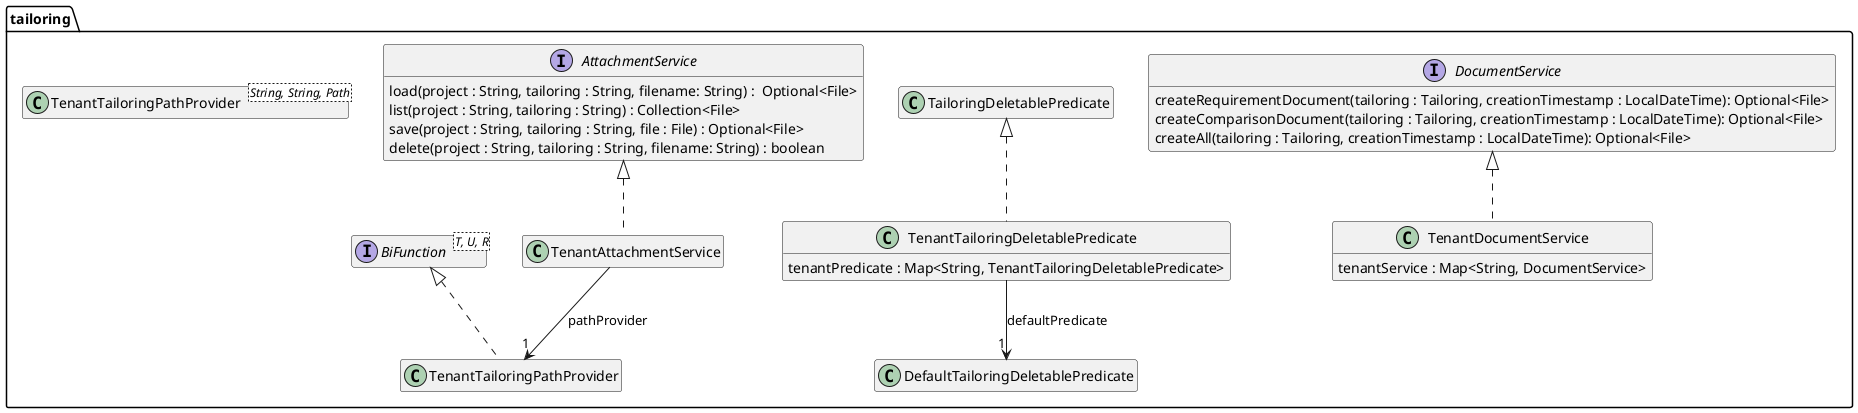
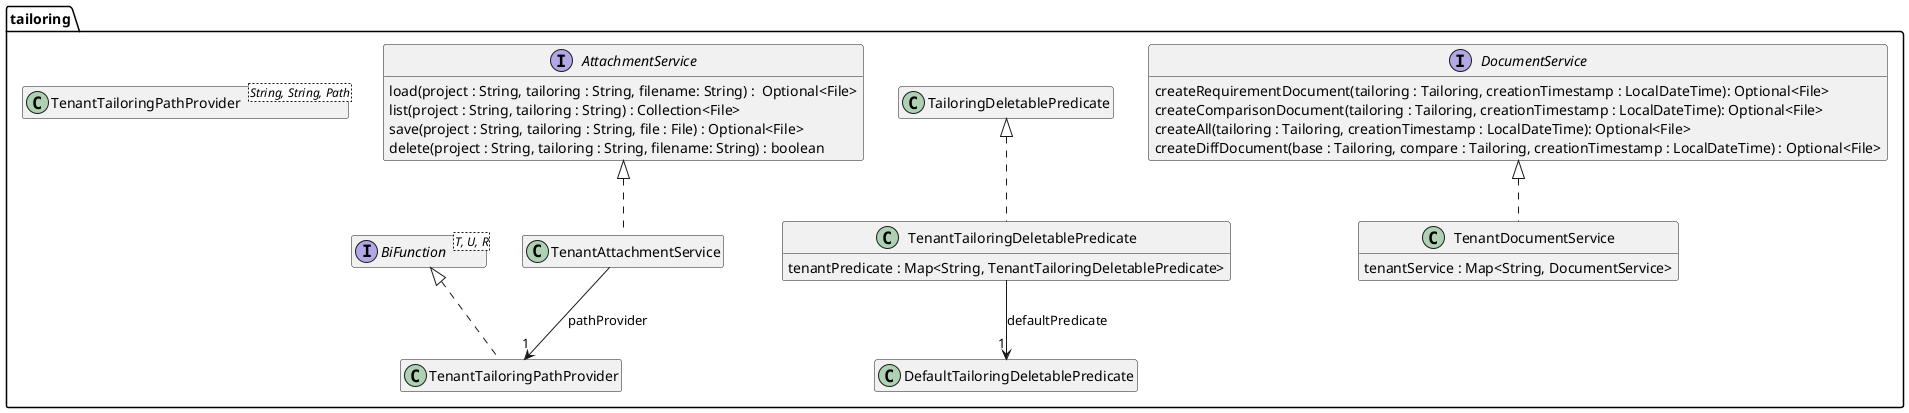
@startuml Ebene3.png
hide empty members

package tailoring {

    interface DocumentService {
        createRequirementDocument(tailoring : Tailoring, creationTimestamp : LocalDateTime): Optional<File>
        createComparisonDocument(tailoring : Tailoring, creationTimestamp : LocalDateTime): Optional<File>
        createAll(tailoring : Tailoring, creationTimestamp : LocalDateTime): Optional<File>
+         createDiffDocument(base : Tailoring, compare : Tailoring, creationTimestamp : LocalDateTime) : Optional<File>
    }

    class TenantDocumentService {
        tenantService : Map<String, DocumentService>
    }
    DocumentService <|.. TenantDocumentService

    class TenantTailoringDeletablePredicate {
        tenantPredicate : Map<String, TenantTailoringDeletablePredicate>
    }
    TailoringDeletablePredicate <|.. TenantTailoringDeletablePredicate
    TenantTailoringDeletablePredicate --> "1" DefaultTailoringDeletablePredicate : defaultPredicate

    interface AttachmentService {
        load(project : String, tailoring : String, filename: String) :  Optional<File>
        list(project : String, tailoring : String) : Collection<File>
        save(project : String, tailoring : String, file : File) : Optional<File>
        delete(project : String, tailoring : String, filename: String) : boolean
    }

    interface "BiFunction<T, U, R>" as biFunction
    class "TenantTailoringPathProvider<String, String, Path>" as tenantTailoringPathProvider{
    }
    biFunction <|.. TenantTailoringPathProvider


    class TenantAttachmentService {
    }
    AttachmentService <|.. TenantAttachmentService
    TenantAttachmentService --> "1" TenantTailoringPathProvider : pathProvider

}
@enduml
